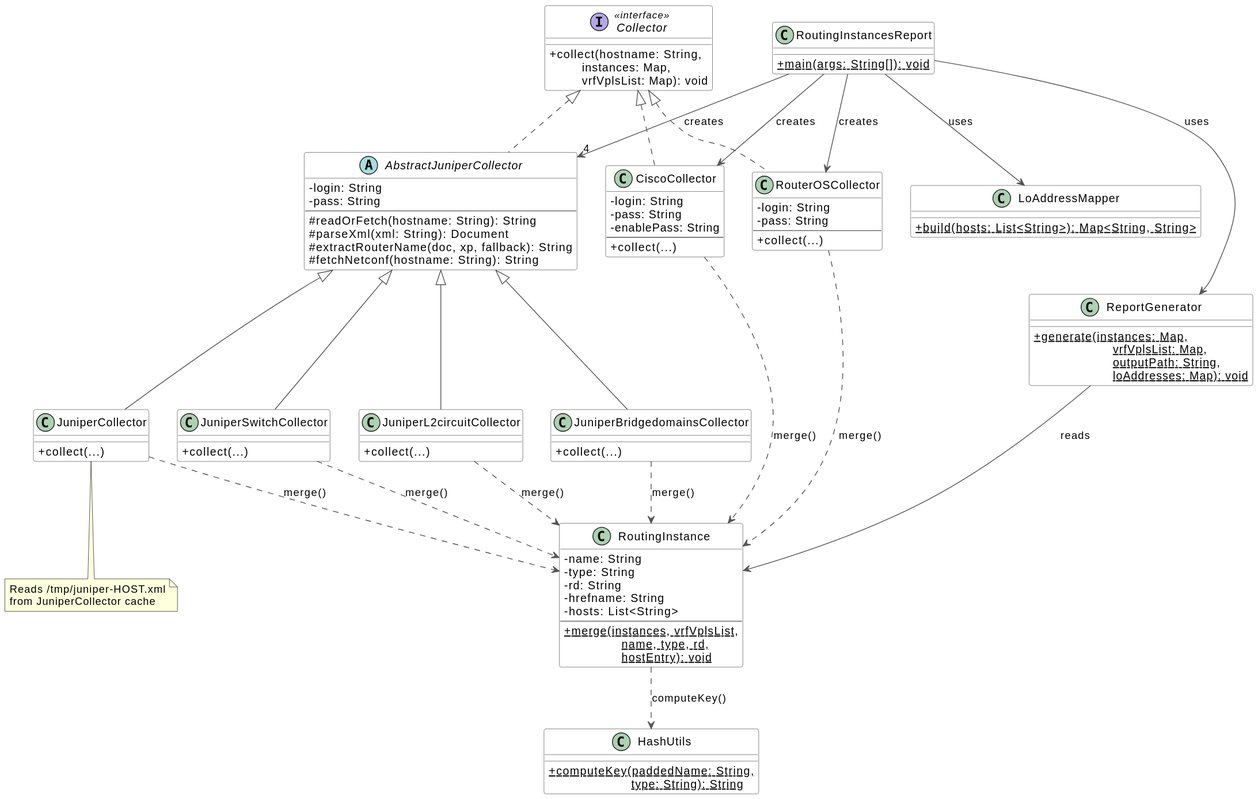
Above: docs/classes.svg in oldengremlin/routing-instances-report (PlantUML), before the change.
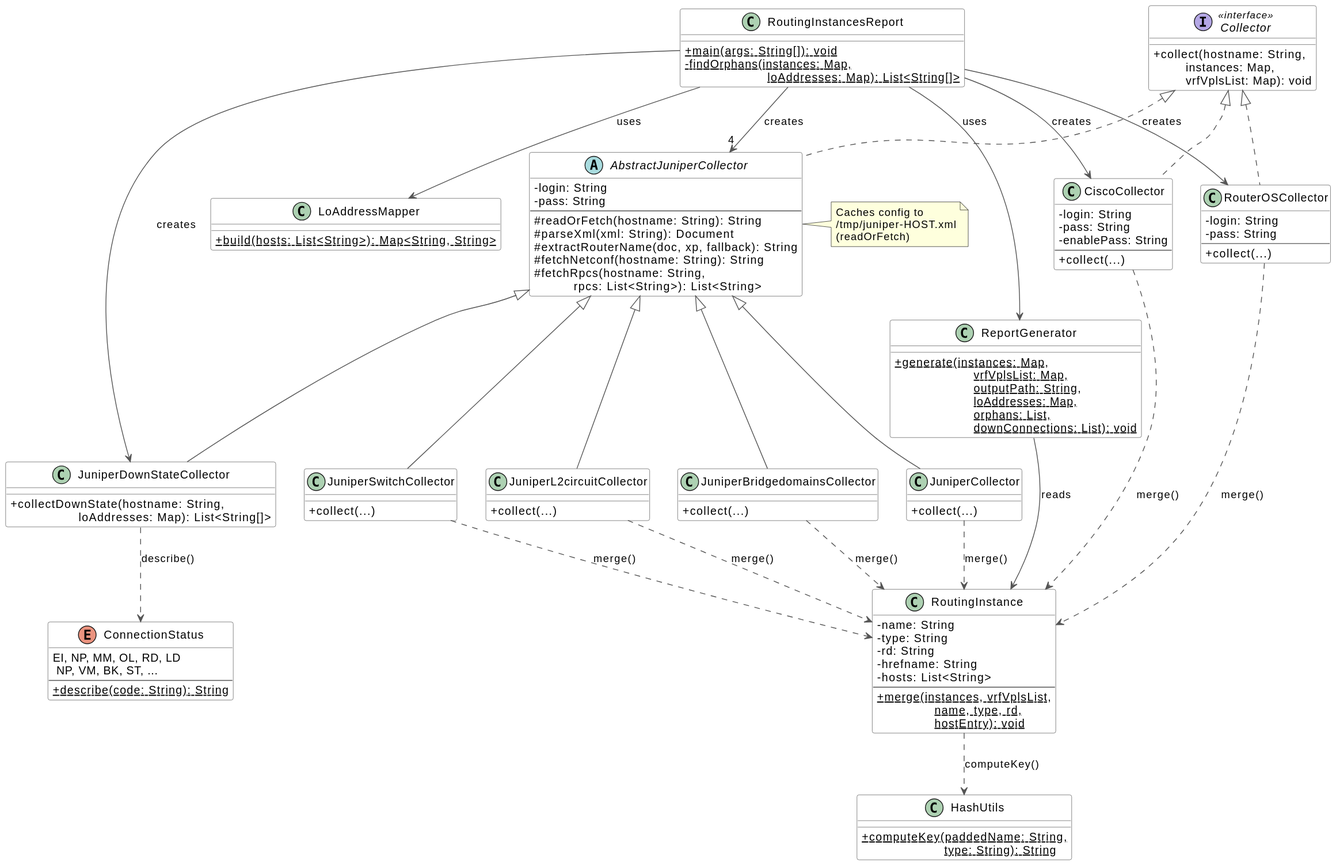
After the commit.

Commit message:
Update PlantUML diagram: add JuniperDownStateCollector, ConnectionStatus

- JuniperDownStateCollector added with collectDownState() method
- ConnectionStatus enum added
- AbstractJuniperCollector shows fetchRpcs()
- ReportGenerator.generate() shows updated signature (orphans, downConnections)
- RoutingInstancesReport shows findOrphans()
- Note moved to AbstractJuniperCollector (readOrFetch cache)
- Regenerated docs/classes.svg

https://claude.ai/code/session_01EhWfKdJQtacJc6Uuu7zhVc

Diff of the diagram source:
```diff
@@ -14,6 +14,10 @@
     BackgroundColor #FFF8E0
     BorderColor #555555
 }
+skinparam enum {
+    BackgroundColor #F0E8FF
+    BorderColor #555555
+}
 
 interface Collector <<interface>> {
     +collect(hostname: String,\n         instances: Map,\n         vrfVplsList: Map): void
@@ -27,6 +31,7 @@
     #parseXml(xml: String): Document
     #extractRouterName(doc, xp, fallback): String
     #fetchNetconf(hostname: String): String
+    #fetchRpcs(hostname: String,\n           rpcs: List<String>): List<String>
 }
 
 class JuniperCollector {
@@ -43,6 +48,10 @@
 
 class JuniperBridgedomainsCollector {
     +collect(...)
+}
+
+class JuniperDownStateCollector {
+    +collectDownState(hostname: String,\n                   loAddresses: Map): List<String[]>
 }
 
 class CiscoCollector {
@@ -78,12 +87,19 @@
     +{static} build(hosts: List<String>): Map<String, String>
 }
 
+enum ConnectionStatus {
+    EI, NP, MM, OL, RD, LD\n NP, VM, BK, ST, ...
+    --
+    +{static} describe(code: String): String
+}
+
 class ReportGenerator {
-    +{static} generate(instances: Map,\n                      vrfVplsList: Map,\n                      outputPath: String,\n                      loAddresses: Map): void
+    +{static} generate(instances: Map,\n                      vrfVplsList: Map,\n                      outputPath: String,\n                      loAddresses: Map,\n                      orphans: List,\n                      downConnections: List): void
 }
 
 class RoutingInstancesReport {
     +{static} main(args: String[]): void
+    -{static} findOrphans(instances: Map,\n                       loAddresses: Map): List<String[]>
 }
 
 Collector <|.. AbstractJuniperCollector
@@ -94,8 +110,10 @@
 AbstractJuniperCollector <|-- JuniperSwitchCollector
 AbstractJuniperCollector <|-- JuniperL2circuitCollector
 AbstractJuniperCollector <|-- JuniperBridgedomainsCollector
+AbstractJuniperCollector <|-- JuniperDownStateCollector
 
 RoutingInstancesReport --> "4" AbstractJuniperCollector : creates
+RoutingInstancesReport --> JuniperDownStateCollector : creates
 RoutingInstancesReport --> CiscoCollector : creates
 RoutingInstancesReport --> RouterOSCollector : creates
 RoutingInstancesReport --> LoAddressMapper : uses
@@ -110,10 +128,13 @@
 CiscoCollector ..> RoutingInstance : merge()
 RouterOSCollector ..> RoutingInstance : merge()
 
+JuniperDownStateCollector ..> ConnectionStatus : describe()
+
 RoutingInstance ..> HashUtils : computeKey()
 
-note bottom of JuniperCollector
-  Reads /tmp/juniper-HOST.xml
-  from JuniperCollector cache
+note right of AbstractJuniperCollector
+  Caches config to
+  /tmp/juniper-HOST.xml
+  (readOrFetch)
 end note
 @enduml
```
